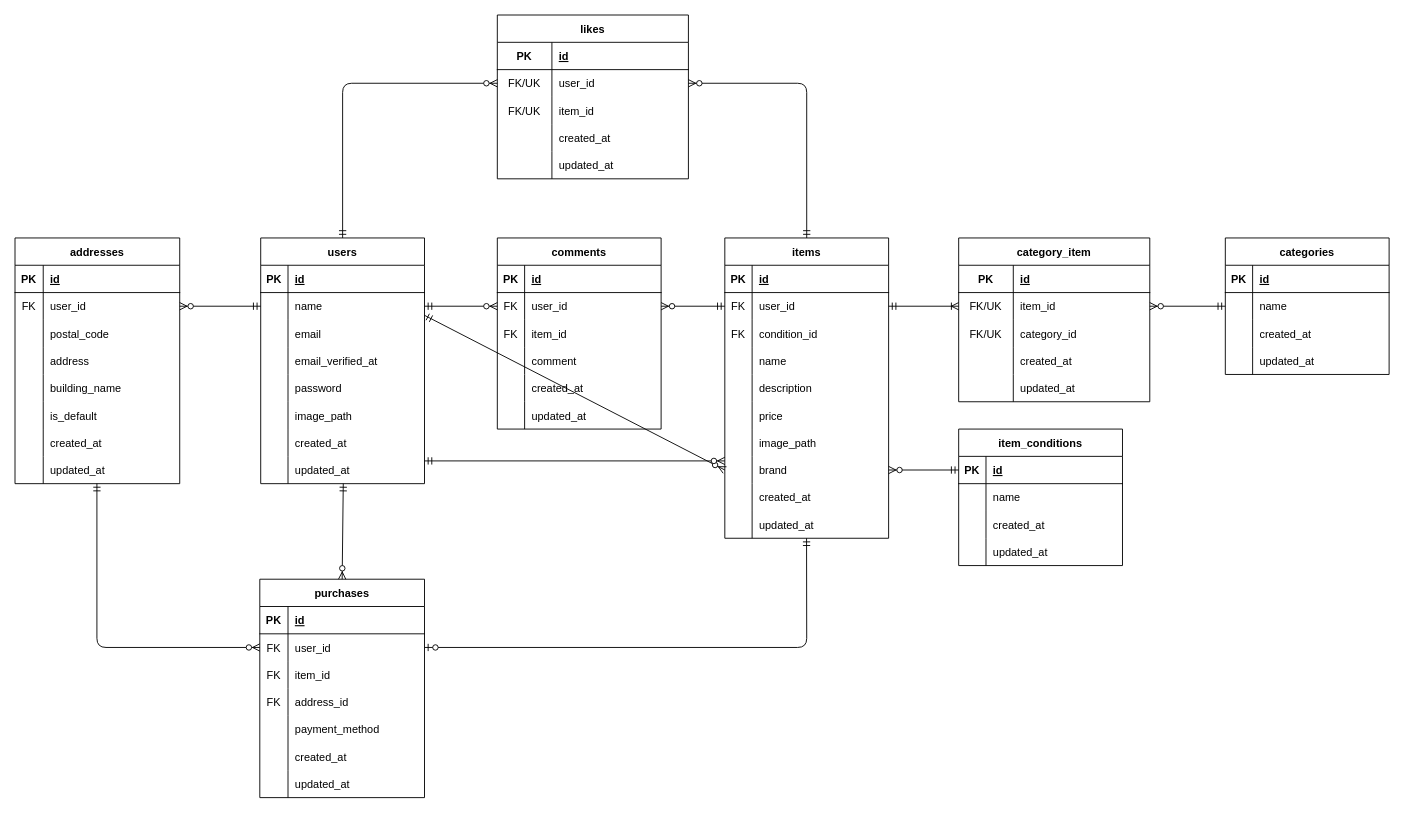
fukuda983667/coachtech-furima-back keeps this draw.io diagram as ER.drawio. Above is the earlier version. Source tidied: cells renumbered, new cells numbered last; positions are measured from the earlier drawing's top-left corner, leaving out a move shared by most shapes. Both pictures are drawn from the tidied source at 91%, with x=0, y=0 at pixel (15, 15).
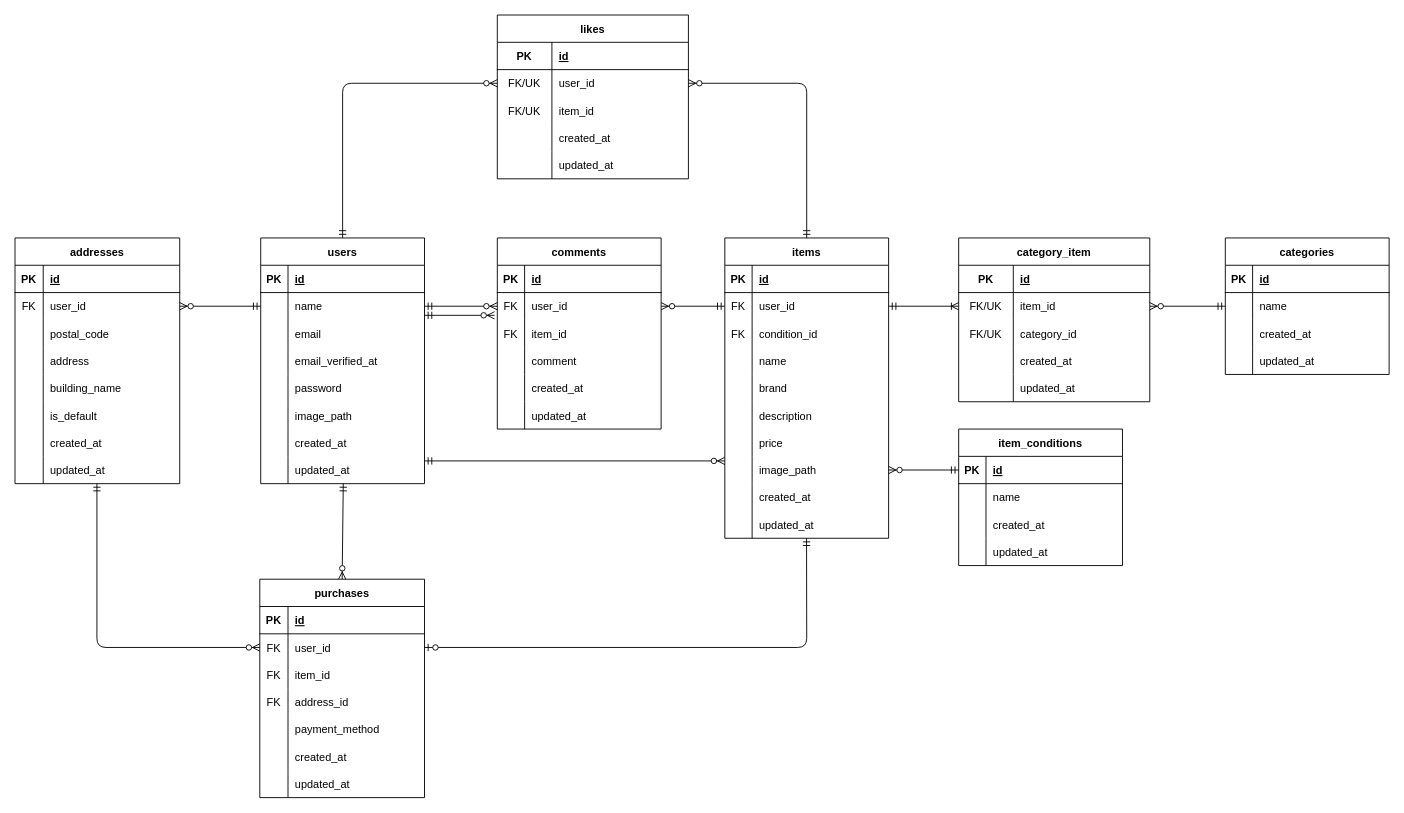
The same diagram, later.

The change refers to these unchanged cells:
```xml
<mxCell id="2" value="items" style="shape=table;startSize=30;childLayout=tableLayout;rowLines=0;fontStyle=1;align=center;" parent="1" vertex="1">
  <mxGeometry x="780" y="245" width="180" height="330" as="geometry" />
</mxCell>
<mxCell id="155" style="shape=tableRow;horizontal=0;startSize=0;swimlaneHead=0;swimlaneBody=0;fillColor=none;points=[[0,0.5],[1,0.5]];portConstraint=eastwest;top=0;left=0;right=0;bottom=1;" parent="154" vertex="1">
  <mxGeometry y="30" width="180" height="30" as="geometry" />
</mxCell>
```

What changed in the source:
```diff
@@
+    <mxCell id="196" style="shape=tableRow;horizontal=0;startSize=0;swimlaneHead=0;swimlaneBody=0;fillColor=none;top=0;left=0;right=0;bottom=0;" parent="2" vertex="1">
+      <mxGeometry y="150" width="180" height="30" as="geometry" />
+    </mxCell>
+    <mxCell id="25" style="shape=partialRectangle;fillColor=none;top=0;left=0;bottom=0;right=0;overflow=hidden;" parent="196" vertex="1">
+      <mxGeometry width="30" height="30" as="geometry" />
+    </mxCell>
+    <mxCell id="26" value="brand" style="shape=partialRectangle;fillColor=none;top=0;left=0;bottom=0;right=0;align=left;spacingLeft=6;overflow=hidden;" parent="196" vertex="1">
+      <mxGeometry x="30" width="150" height="30" as="geometry" />
+    </mxCell>
     <mxCell id="15" style="shape=tableRow;horizontal=0;startSize=0;swimlaneHead=0;swimlaneBody=0;fillColor=none;top=0;left=0;right=0;bottom=0;" parent="2" vertex="1">
-      <mxGeometry y="150" width="180" height="30" as="geometry" />
+      <mxGeometry y="180" width="180" height="30" as="geometry" />
     </mxCell>
@@
     <mxCell id="18" style="shape=tableRow;horizontal=0;startSize=0;swimlaneHead=0;swimlaneBody=0;fillColor=none;top=0;left=0;right=0;bottom=0;" parent="2" vertex="1">
-      <mxGeometry y="180" width="180" height="30" as="geometry" />
+      <mxGeometry y="210" width="180" height="30" as="geometry" />
     </mxCell>
@@
     <mxCell id="21" style="shape=tableRow;horizontal=0;startSize=0;swimlaneHead=0;swimlaneBody=0;fillColor=none;points=[[0,0.5],[1,0.5]];portConstraint=eastwest;top=0;left=0;right=0;bottom=0;" parent="2" vertex="1">
-      <mxGeometry y="210" width="180" height="30" as="geometry" />
+      <mxGeometry y="240" width="180" height="30" as="geometry" />
     </mxCell>
@@
-    <mxCell id="24" style="shape=tableRow;horizontal=0;startSize=0;swimlaneHead=0;swimlaneBody=0;fillColor=none;points=[[0,0.5],[1,0.5]];portConstraint=eastwest;top=0;left=0;right=0;bottom=0;" parent="2" vertex="1">
-      <mxGeometry y="240" width="180" height="30" as="geometry" />
-    </mxCell>
-    <mxCell id="25" style="shape=partialRectangle;fillColor=none;top=0;left=0;bottom=0;right=0;overflow=hidden;" parent="24" vertex="1">
-      <mxGeometry width="30" height="30" as="geometry" />
-    </mxCell>
-    <mxCell id="26" value="brand" style="shape=partialRectangle;fillColor=none;top=0;left=0;bottom=0;right=0;align=left;spacingLeft=6;overflow=hidden;" parent="24" vertex="1">
-      <mxGeometry x="30" width="150" height="30" as="geometry" />
-    </mxCell>
@@
-    <mxCell id="152" style="fontSize=12;html=1;endArrow=ERzeroToMany;startArrow=ERmandOne;elbow=vertical;entryX=0;entryY=0.5;entryDx=0;entryDy=0;exitX=1;exitY=0.5;exitDx=0;exitDy=0;" parent="1" edge="1" target="24">
+    <mxCell id="152" style="fontSize=12;html=1;endArrow=ERzeroToMany;startArrow=ERmandOne;elbow=vertical;entryX=0;entryY=0.5;entryDx=0;entryDy=0;exitX=1;exitY=0.5;exitDx=0;exitDy=0;" parent="1" edge="1">
       <mxGeometry relative="1" as="geometry">
         <mxPoint x="450" y="330" as="sourcePoint" />
+        <mxPoint x="527" y="330" as="targetPoint" />
       </mxGeometry>
     </mxCell>
@@
-    <mxCell id="167" style="fontSize=12;html=1;endArrow=ERzeroToMany;startArrow=ERmandOne;elbow=vertical;exitX=0;exitY=0.5;exitDx=0;exitDy=0;" parent="1" edge="1" source="155" target="24">
+    <mxCell id="167" style="fontSize=12;html=1;endArrow=ERzeroToMany;startArrow=ERmandOne;elbow=vertical;exitX=0;exitY=0.5;exitDx=0;exitDy=0;entryX=1;entryY=0.5;entryDx=0;entryDy=0;" parent="1" edge="1" source="155" target="21">
       <mxGeometry relative="1" as="geometry" />
     </mxCell>
```
